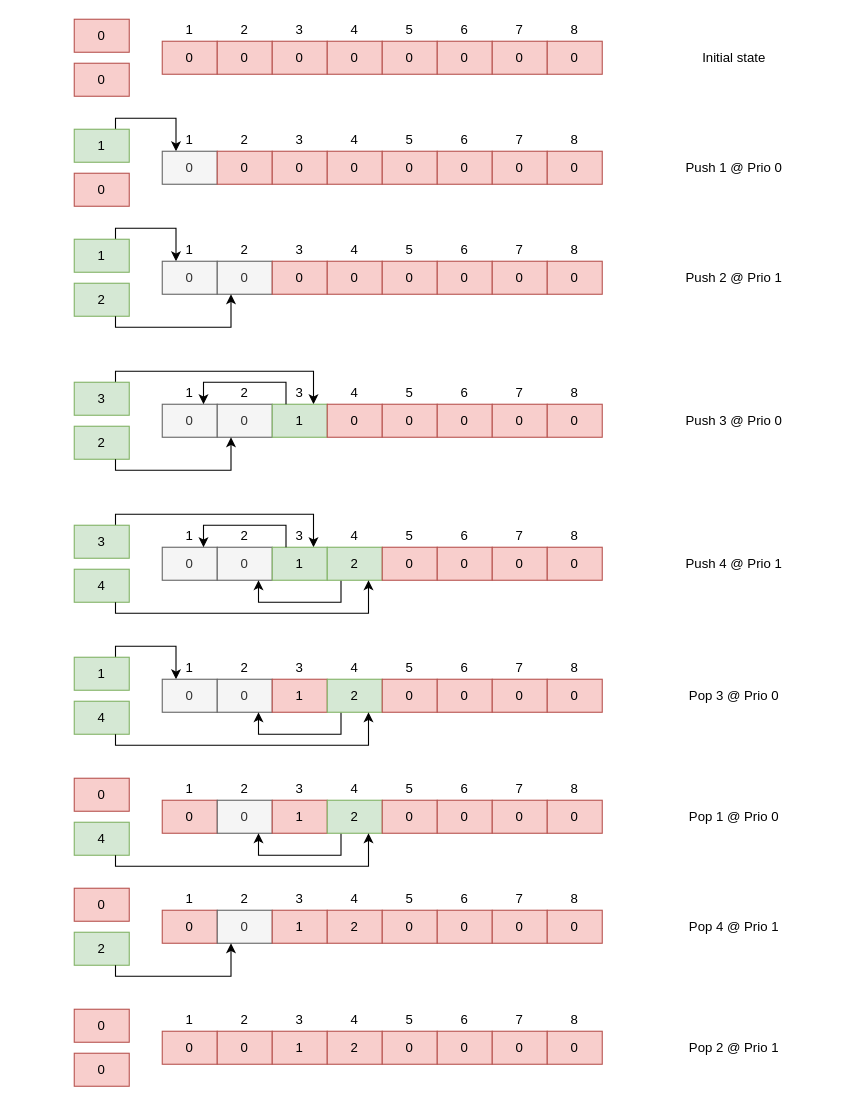
DanEngelbrecht/DanEngelbrecht.github.io keeps this draw.io diagram as page "Dual head queue" (3 of 3) of images/Index pool.drawio. Above is the earlier version. Source tidied: cells renumbered, new cells numbered last; positions are measured from the earlier drawing's top-left corner, leaving out a move shared by most shapes. Both pictures are drawn from the tidied source at 110%, with x=0, y=0 at pixel (74, 19).
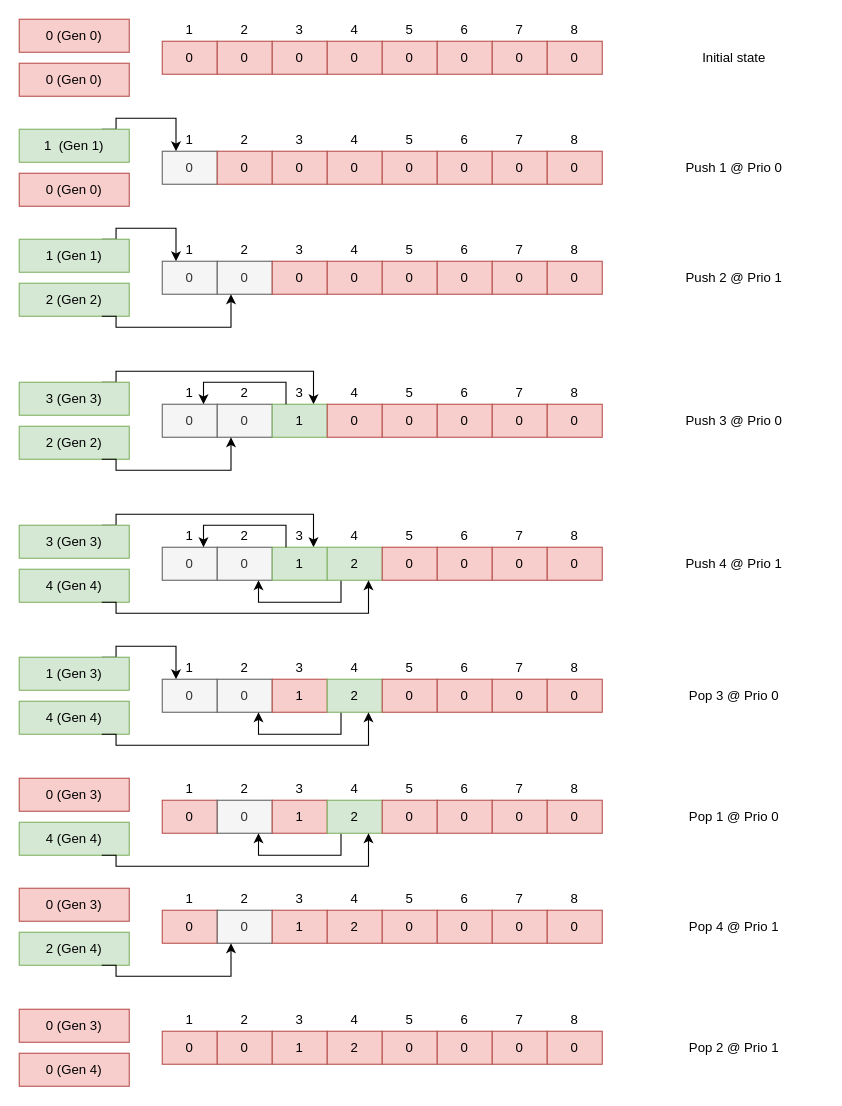
The same diagram, later.

Diff of the diagram source:
```diff
@@
-    <mxCell id="2" value="0" style="rounded=0;whiteSpace=wrap;html=1;fillColor=#f8cecc;strokeColor=#b85450;" parent="1" vertex="1">
-      <mxGeometry width="50" height="30" as="geometry" />
+    <mxCell id="2" value="0  (Gen 0)" style="rounded=0;whiteSpace=wrap;html=1;fillColor=#f8cecc;strokeColor=#b85450;" parent="1" vertex="1">
+      <mxGeometry x="-50" width="100" height="30" as="geometry" />
     </mxCell>
@@
-    <mxCell id="12" value="1" style="rounded=0;whiteSpace=wrap;html=1;fillColor=#d5e8d4;strokeColor=#82b366;" parent="1" vertex="1">
-      <mxGeometry y="100" width="50" height="30" as="geometry" />
+    <mxCell id="12" value="1&amp;nbsp; (Gen 1)" style="rounded=0;whiteSpace=wrap;html=1;fillColor=#d5e8d4;strokeColor=#82b366;" parent="1" vertex="1">
+      <mxGeometry x="-50" y="100" width="100" height="30" as="geometry" />
     </mxCell>
@@
-    <mxCell id="37" value="0" style="rounded=0;whiteSpace=wrap;html=1;fillColor=#f8cecc;strokeColor=#b85450;" parent="1" vertex="1">
-      <mxGeometry y="40" width="50" height="30" as="geometry" />
+    <mxCell id="37" value="0  (Gen 0)" style="rounded=0;whiteSpace=wrap;html=1;fillColor=#f8cecc;strokeColor=#b85450;" parent="1" vertex="1">
+      <mxGeometry x="-50" y="40" width="100" height="30" as="geometry" />
     </mxCell>
-    <mxCell id="38" value="0" style="rounded=0;whiteSpace=wrap;html=1;fillColor=#f8cecc;strokeColor=#b85450;" parent="1" vertex="1">
-      <mxGeometry y="140" width="50" height="30" as="geometry" />
+    <mxCell id="38" value="0  (Gen 0)" style="rounded=0;whiteSpace=wrap;html=1;fillColor=#f8cecc;strokeColor=#b85450;" parent="1" vertex="1">
+      <mxGeometry x="-50" y="140" width="100" height="30" as="geometry" />
     </mxCell>
@@
-    <mxCell id="40" value="1" style="rounded=0;whiteSpace=wrap;html=1;fillColor=#d5e8d4;strokeColor=#82b366;" parent="1" vertex="1">
-      <mxGeometry y="200" width="50" height="30" as="geometry" />
+    <mxCell id="40" value="1  (Gen 1)" style="rounded=0;whiteSpace=wrap;html=1;fillColor=#d5e8d4;strokeColor=#82b366;" parent="1" vertex="1">
+      <mxGeometry x="-50" y="200" width="100" height="30" as="geometry" />
     </mxCell>
@@
-    <mxCell id="57" value="2" style="rounded=0;whiteSpace=wrap;html=1;fillColor=#d5e8d4;strokeColor=#82b366;" parent="1" vertex="1">
-      <mxGeometry y="240" width="50" height="30" as="geometry" />
+    <mxCell id="57" value="2  (Gen 2)" style="rounded=0;whiteSpace=wrap;html=1;fillColor=#d5e8d4;strokeColor=#82b366;" parent="1" vertex="1">
+      <mxGeometry x="-50" y="240" width="100" height="30" as="geometry" />
     </mxCell>
@@
-    <mxCell id="60" value="3" style="rounded=0;whiteSpace=wrap;html=1;fillColor=#d5e8d4;strokeColor=#82b366;" parent="1" vertex="1">
-      <mxGeometry y="330" width="50" height="30" as="geometry" />
+    <mxCell id="60" value="3  (Gen 3)" style="rounded=0;whiteSpace=wrap;html=1;fillColor=#d5e8d4;strokeColor=#82b366;" parent="1" vertex="1">
+      <mxGeometry x="-50" y="330" width="100" height="30" as="geometry" />
     </mxCell>
@@
-    <mxCell id="78" value="2" style="rounded=0;whiteSpace=wrap;html=1;fillColor=#d5e8d4;strokeColor=#82b366;" parent="1" vertex="1">
-      <mxGeometry y="370" width="50" height="30" as="geometry" />
+    <mxCell id="78" value="2  (Gen 2)" style="rounded=0;whiteSpace=wrap;html=1;fillColor=#d5e8d4;strokeColor=#82b366;" parent="1" vertex="1">
+      <mxGeometry x="-50" y="370" width="100" height="30" as="geometry" />
     </mxCell>
@@
-    <mxCell id="81" value="3" style="rounded=0;whiteSpace=wrap;html=1;fillColor=#d5e8d4;strokeColor=#82b366;" parent="1" vertex="1">
-      <mxGeometry y="460" width="50" height="30" as="geometry" />
+    <mxCell id="81" value="3  (Gen 3)" style="rounded=0;whiteSpace=wrap;html=1;fillColor=#d5e8d4;strokeColor=#82b366;" parent="1" vertex="1">
+      <mxGeometry x="-50" y="460" width="100" height="30" as="geometry" />
     </mxCell>
@@
-    <mxCell id="100" value="4" style="rounded=0;whiteSpace=wrap;html=1;fillColor=#d5e8d4;strokeColor=#82b366;" parent="1" vertex="1">
-      <mxGeometry y="500" width="50" height="30" as="geometry" />
+    <mxCell id="100" value="4  (Gen 4)" style="rounded=0;whiteSpace=wrap;html=1;fillColor=#d5e8d4;strokeColor=#82b366;" parent="1" vertex="1">
+      <mxGeometry x="-50" y="500" width="100" height="30" as="geometry" />
     </mxCell>
@@
-    <mxCell id="108" value="1" style="rounded=0;whiteSpace=wrap;html=1;fillColor=#d5e8d4;strokeColor=#82b366;" parent="1" vertex="1">
-      <mxGeometry y="580" width="50" height="30" as="geometry" />
+    <mxCell id="108" value="1  (Gen 3)" style="rounded=0;whiteSpace=wrap;html=1;fillColor=#d5e8d4;strokeColor=#82b366;" parent="1" vertex="1">
+      <mxGeometry x="-50" y="580" width="100" height="30" as="geometry" />
     </mxCell>
@@
-    <mxCell id="126" value="4" style="rounded=0;whiteSpace=wrap;html=1;fillColor=#d5e8d4;strokeColor=#82b366;" parent="1" vertex="1">
-      <mxGeometry y="620" width="50" height="30" as="geometry" />
+    <mxCell id="126" value="4  (Gen 4)" style="rounded=0;whiteSpace=wrap;html=1;fillColor=#d5e8d4;strokeColor=#82b366;" parent="1" vertex="1">
+      <mxGeometry x="-50" y="620" width="100" height="30" as="geometry" />
     </mxCell>
@@
-    <mxCell id="129" value="0" style="rounded=0;whiteSpace=wrap;html=1;fillColor=#f8cecc;strokeColor=#b85450;" parent="1" vertex="1">
-      <mxGeometry y="690" width="50" height="30" as="geometry" />
+    <mxCell id="129" value="0  (Gen 3)" style="rounded=0;whiteSpace=wrap;html=1;fillColor=#f8cecc;strokeColor=#b85450;" parent="1" vertex="1">
+      <mxGeometry x="-50" y="690" width="100" height="30" as="geometry" />
     </mxCell>
@@
-    <mxCell id="147" value="4" style="rounded=0;whiteSpace=wrap;html=1;fillColor=#d5e8d4;strokeColor=#82b366;" parent="1" vertex="1">
-      <mxGeometry y="730" width="50" height="30" as="geometry" />
+    <mxCell id="147" value="4  (Gen 4)" style="rounded=0;whiteSpace=wrap;html=1;fillColor=#d5e8d4;strokeColor=#82b366;" parent="1" vertex="1">
+      <mxGeometry x="-50" y="730" width="100" height="30" as="geometry" />
     </mxCell>
@@
-    <mxCell id="150" value="0" style="rounded=0;whiteSpace=wrap;html=1;fillColor=#f8cecc;strokeColor=#b85450;" parent="1" vertex="1">
-      <mxGeometry y="790" width="50" height="30" as="geometry" />
+    <mxCell id="150" value="0  (Gen 3)" style="rounded=0;whiteSpace=wrap;html=1;fillColor=#f8cecc;strokeColor=#b85450;" parent="1" vertex="1">
+      <mxGeometry x="-50" y="790" width="100" height="30" as="geometry" />
     </mxCell>
@@
-    <mxCell id="167" value="2" style="rounded=0;whiteSpace=wrap;html=1;fillColor=#d5e8d4;strokeColor=#82b366;" parent="1" vertex="1">
-      <mxGeometry y="830" width="50" height="30" as="geometry" />
+    <mxCell id="167" value="2 (Gen 4)" style="rounded=0;whiteSpace=wrap;html=1;fillColor=#d5e8d4;strokeColor=#82b366;" parent="1" vertex="1">
+      <mxGeometry x="-50" y="830" width="100" height="30" as="geometry" />
     </mxCell>
@@
-    <mxCell id="170" value="0" style="rounded=0;whiteSpace=wrap;html=1;fillColor=#f8cecc;strokeColor=#b85450;" parent="1" vertex="1">
-      <mxGeometry y="900" width="50" height="30" as="geometry" />
+    <mxCell id="170" value="0  (Gen 3)" style="rounded=0;whiteSpace=wrap;html=1;fillColor=#f8cecc;strokeColor=#b85450;" parent="1" vertex="1">
+      <mxGeometry x="-50" y="900" width="100" height="30" as="geometry" />
     </mxCell>
@@
-    <mxCell id="187" value="0" style="rounded=0;whiteSpace=wrap;html=1;fillColor=#f8cecc;strokeColor=#b85450;" parent="1" vertex="1">
-      <mxGeometry y="940" width="50" height="30" as="geometry" />
+    <mxCell id="187" value="0  (Gen 4)" style="rounded=0;whiteSpace=wrap;html=1;fillColor=#f8cecc;strokeColor=#b85450;" parent="1" vertex="1">
+      <mxGeometry x="-50" y="940" width="100" height="30" as="geometry" />
     </mxCell>
```
